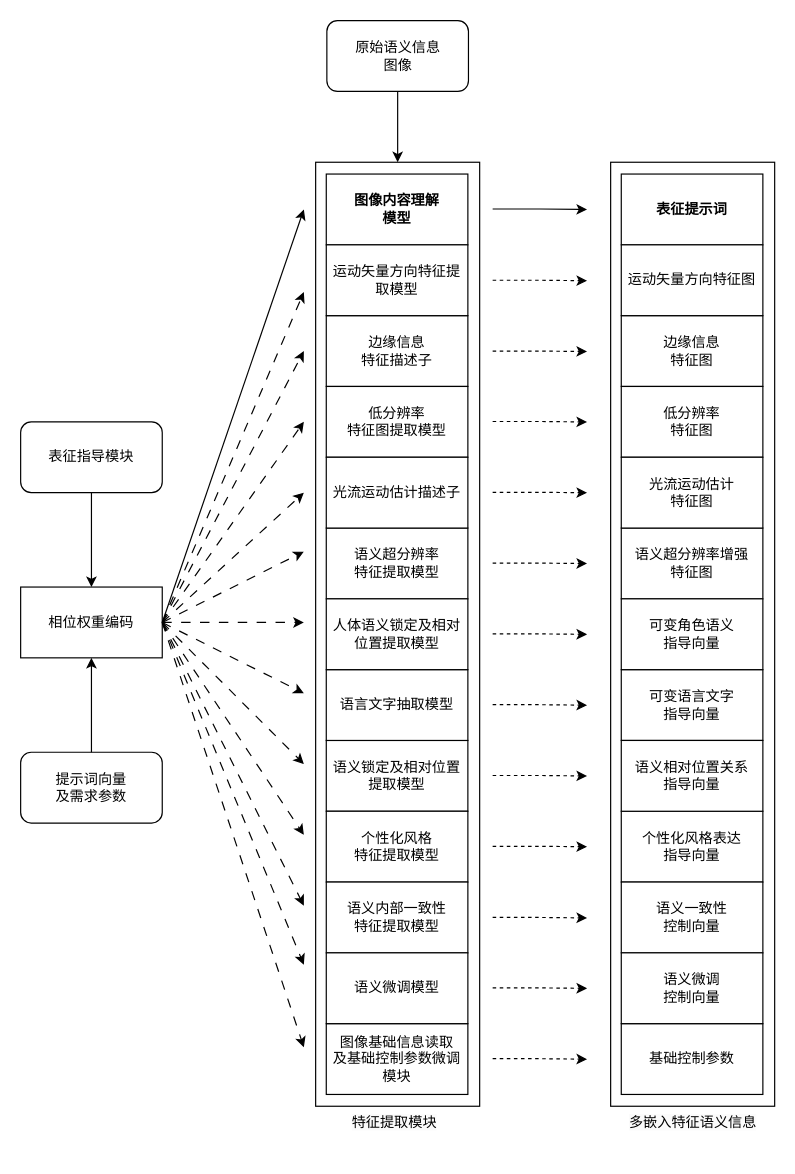
The draw.io diagram 图像提取模块.drawio in hrf666666/FlowCharts, before the edit. Source tidied: cells renumbered, new cells numbered last; positions are measured from the earlier drawing's top-left corner, leaving out a move shared by most shapes. Both pictures are drawn from the tidied source at 118%, with x=0, y=0 at pixel (20, 20).
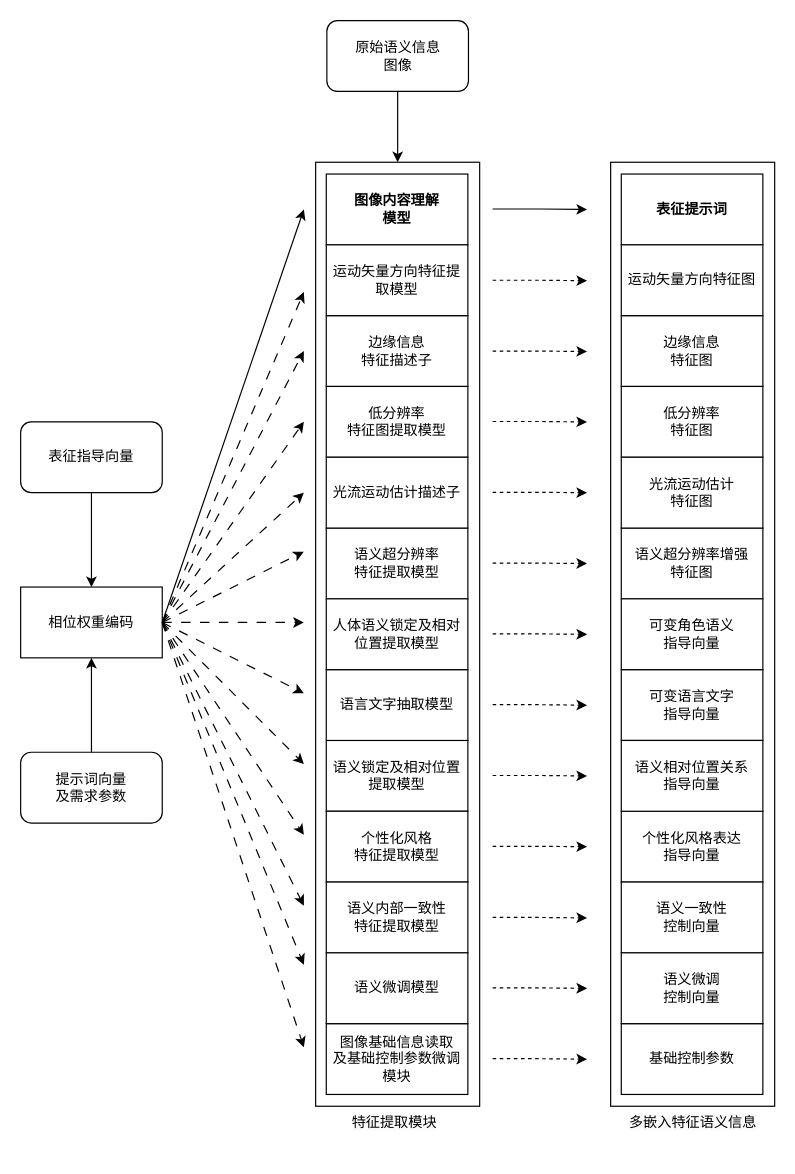
After the change.

Commit message:
更新图像提取模块.drawio

Change to the diagram source:
```diff
@@
-    <mxCell id="6" value="表征指导模块" style="rounded=1;whiteSpace=wrap;html=1;" parent="1" vertex="1">
+    <mxCell id="6" value="表征指导向量" style="rounded=1;whiteSpace=wrap;html=1;" parent="1" vertex="1">
       <mxGeometry y="340" width="120" height="60" as="geometry" />
     </mxCell>
```
